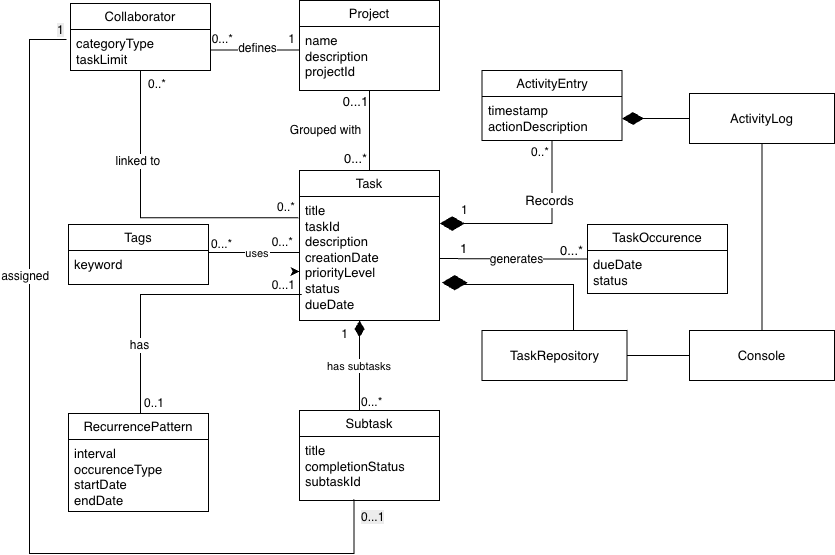
abdeljalilsennaoui/SOEN-342-W2026 keeps this draw.io diagram as docs/iteration4/UMLDomainModel.png. Above is the earlier version. Source tidied: cells renumbered, new cells last; positions are measured from the earlier drawing's top-left corner, leaving out a move shared by most shapes. The source it was exported from:
```xml
<mxGraphModel>
  <root>
    <mxCell id="0" />
    <mxCell id="1" parent="0" />
    <mxCell id="2" value="Project" style="swimlane;fontStyle=0;horizontal=1;startSize=26;fillColor=none;whiteSpace=wrap;html=1;fontSize=13;" parent="1" vertex="1">
      <mxGeometry x="270" width="140" height="90" as="geometry" />
    </mxCell>
    <mxCell id="3" value="name&lt;div&gt;description&lt;/div&gt;&lt;div&gt;&lt;span style=&quot;background-color: transparent; color: light-dark(rgb(0, 0, 0), rgb(255, 255, 255));&quot;&gt;projectId&lt;/span&gt;&lt;/div&gt;&lt;div&gt;&lt;p&gt;&lt;/p&gt;&lt;/div&gt;" style="text;strokeColor=none;fillColor=none;align=left;verticalAlign=top;spacingLeft=4;spacingRight=4;overflow=hidden;points=[[0,0.5],[1,0.5]];portConstraint=eastwest;whiteSpace=wrap;html=1;fontSize=13;" parent="2" vertex="1">
      <mxGeometry y="26" width="140" height="64" as="geometry" />
    </mxCell>
    <mxCell id="4" style="rounded=0;jettySize=auto;html=1;endArrow=none;endFill=0;verticalAlign=top;align=center;labelPosition=center;verticalLabelPosition=middle;fontSize=13;" parent="1" edge="1" source="8" target="3">
      <mxGeometry relative="1" as="geometry" />
    </mxCell>
    <mxCell id="5" value="0...*" style="edgeLabel;html=1;align=center;verticalAlign=middle;fontSize=13;" parent="4" vertex="1">
      <mxGeometry x="-0.67" y="-1" relative="1" as="geometry">
        <mxPoint x="-16" as="offset" />
      </mxGeometry>
    </mxCell>
    <mxCell id="6" value="0...1" style="edgeLabel;html=1;align=center;verticalAlign=middle;fontSize=13;" parent="4" vertex="1">
      <mxGeometry x="0.83" relative="1" as="geometry">
        <mxPoint x="-15" y="3" as="offset" />
      </mxGeometry>
    </mxCell>
    <mxCell id="7" value="Grouped with" style="edgeLabel;html=1;align=center;verticalAlign=middle;fontSize=12;" parent="4" vertex="1">
      <mxGeometry x="0.02" y="-1" relative="1" as="geometry">
        <mxPoint x="-46" as="offset" />
      </mxGeometry>
    </mxCell>
    <mxCell id="8" value="Task" style="swimlane;fontStyle=0;horizontal=1;startSize=26;fillColor=none;whiteSpace=wrap;html=1;fontSize=13;" parent="1" vertex="1">
      <mxGeometry x="270" y="170" width="140" height="150" as="geometry" />
    </mxCell>
    <mxCell id="9" value="title&lt;div&gt;&lt;span style=&quot;background-color: transparent; color: light-dark(rgb(0, 0, 0), rgb(255, 255, 255));&quot;&gt;taskId&lt;/span&gt;&lt;/div&gt;&lt;div&gt;&lt;span style=&quot;background-color: transparent; color: light-dark(rgb(0, 0, 0), rgb(255, 255, 255));&quot;&gt;description&lt;/span&gt;&lt;div&gt;&lt;div&gt;creationDate&lt;/div&gt;&lt;div&gt;priorityLevel&lt;/div&gt;&lt;div&gt;status&lt;/div&gt;&lt;div&gt;dueDate&lt;/div&gt;&lt;div&gt;&lt;br&gt;&lt;/div&gt;&lt;/div&gt;&lt;/div&gt;" style="text;strokeColor=none;fillColor=none;align=left;verticalAlign=top;spacingLeft=4;spacingRight=4;overflow=hidden;points=[[0,0.5],[1,0.5]];portConstraint=eastwest;whiteSpace=wrap;html=1;fontSize=13;" parent="8" vertex="1">
      <mxGeometry y="26" width="140" height="124" as="geometry" />
    </mxCell>
    <mxCell id="10" value="Subtask" style="swimlane;fontStyle=0;horizontal=1;startSize=26;fillColor=none;whiteSpace=wrap;html=1;fontSize=13;" parent="1" vertex="1">
      <mxGeometry x="270" y="410" width="140" height="90" as="geometry" />
    </mxCell>
    <mxCell id="11" value="title&lt;div&gt;completionStatus&lt;/div&gt;&lt;div&gt;subtaskId&lt;/div&gt;" style="text;strokeColor=none;fillColor=none;align=left;verticalAlign=top;spacingLeft=4;spacingRight=4;overflow=hidden;points=[[0,0.5],[1,0.5]];portConstraint=eastwest;whiteSpace=wrap;html=1;fontSize=13;" parent="10" vertex="1">
      <mxGeometry y="26" width="140" height="64" as="geometry" />
    </mxCell>
    <mxCell id="12" value="Tags" style="swimlane;fontStyle=0;horizontal=1;startSize=26;fillColor=none;whiteSpace=wrap;html=1;fontSize=13;" parent="1" vertex="1">
      <mxGeometry x="39" y="224" width="140" height="60" as="geometry" />
    </mxCell>
    <mxCell id="13" value="keyword" style="text;strokeColor=none;fillColor=none;align=left;verticalAlign=top;spacingLeft=4;spacingRight=4;overflow=hidden;points=[[0,0.5],[1,0.5]];portConstraint=eastwest;whiteSpace=wrap;html=1;fontSize=13;" parent="12" vertex="1">
      <mxGeometry y="26" width="140" height="34" as="geometry" />
    </mxCell>
    <mxCell id="14" style="edgeStyle=orthogonalEdgeStyle;rounded=0;jettySize=auto;html=1;endArrow=diamondThin;endFill=1;endSize=22;fontSize=13;entryX=1.002;entryY=0.218;entryDx=0;entryDy=0;entryPerimeter=0;" parent="1" edge="1" source="16" target="9">
      <mxGeometry relative="1" as="geometry">
        <Array as="points">
          <mxPoint x="522" y="223" />
        </Array>
      </mxGeometry>
    </mxCell>
    <mxCell id="15" value="Records" style="edgeLabel;html=1;align=center;verticalAlign=middle;fontSize=13;" parent="14" vertex="1">
      <mxGeometry x="-0.11" y="-1" relative="1" as="geometry">
        <mxPoint x="1" y="-23" as="offset" />
      </mxGeometry>
    </mxCell>
    <mxCell id="16" value="ActivityEntry" style="swimlane;fontStyle=0;horizontal=1;startSize=26;fillColor=none;whiteSpace=wrap;html=1;fontSize=13;" parent="1" vertex="1">
      <mxGeometry x="452.5" y="70" width="140" height="70" as="geometry" />
    </mxCell>
    <mxCell id="17" value="timestamp&lt;div&gt;actionDescription&lt;/div&gt;" style="text;strokeColor=none;fillColor=none;align=left;verticalAlign=top;spacingLeft=4;spacingRight=4;overflow=hidden;points=[[0,0.5],[1,0.5]];portConstraint=eastwest;whiteSpace=wrap;html=1;fontSize=13;" parent="16" vertex="1">
      <mxGeometry y="26" width="140" height="44" as="geometry" />
    </mxCell>
    <mxCell id="18" style="edgeStyle=none;rounded=0;jettySize=auto;html=1;entryX=1;entryY=0.5;entryDx=0;entryDy=0;endArrow=none;endFill=0;" parent="1" edge="1" source="19" target="21">
      <mxGeometry relative="1" as="geometry" />
    </mxCell>
    <mxCell id="19" value="&lt;font style=&quot;font-size: 13px;&quot;&gt;Console&lt;/font&gt;" style="html=1;whiteSpace=wrap;" parent="1" vertex="1">
      <mxGeometry x="660" y="330" width="145" height="50" as="geometry" />
    </mxCell>
    <mxCell id="20" style="edgeStyle=orthogonalEdgeStyle;rounded=0;jettySize=auto;html=1;entryX=1.016;entryY=0.695;entryDx=0;entryDy=0;endArrow=diamondThin;endFill=1;endSize=23;entryPerimeter=0;" parent="1" edge="1" target="9">
      <mxGeometry relative="1" as="geometry">
        <mxPoint x="544" y="331" as="sourcePoint" />
        <Array as="points">
          <mxPoint x="544" y="284" />
          <mxPoint x="429" y="284" />
          <mxPoint x="429" y="282" />
        </Array>
      </mxGeometry>
    </mxCell>
    <mxCell id="21" value="&lt;font style=&quot;font-size: 13px;&quot;&gt;TaskRepository&lt;/font&gt;" style="html=1;whiteSpace=wrap;" parent="1" vertex="1">
      <mxGeometry x="452.5" y="330" width="145" height="50" as="geometry" />
    </mxCell>
    <mxCell id="22" style="edgeStyle=none;rounded=0;jettySize=auto;html=1;entryX=1;entryY=0.5;entryDx=0;entryDy=0;endSize=19;endArrow=diamondThin;endFill=1;" parent="1" edge="1" source="24" target="17">
      <mxGeometry relative="1" as="geometry" />
    </mxCell>
    <mxCell id="23" style="edgeStyle=none;rounded=0;jettySize=auto;html=1;entryX=0.5;entryY=0;entryDx=0;entryDy=0;endArrow=none;endFill=0;" parent="1" edge="1" source="24" target="19">
      <mxGeometry relative="1" as="geometry" />
    </mxCell>
    <mxCell id="24" value="&lt;font style=&quot;font-size: 13px;&quot;&gt;ActivityLog&lt;/font&gt;" style="html=1;whiteSpace=wrap;" parent="1" vertex="1">
      <mxGeometry x="660" y="93" width="145" height="50" as="geometry" />
    </mxCell>
    <mxCell id="25" value="has subtasks" style="curved=1;startArrow=diamondThin;startSize=14;startFill=1;endArrow=none;rounded=0;exitX=0.429;exitY=1;exitDx=0;exitDy=0;exitPerimeter=0;" parent="1" edge="1" source="9">
      <mxGeometry relative="1" as="geometry">
        <mxPoint x="330" y="410" as="targetPoint" />
      </mxGeometry>
    </mxCell>
    <mxCell id="26" value="1" style="edgeLabel;labelBackgroundColor=none;fontSize=12;align=right;verticalAlign=top;" parent="25" vertex="1">
      <mxGeometry x="-1" relative="1" as="geometry">
        <mxPoint x="-10" as="offset" />
      </mxGeometry>
    </mxCell>
    <mxCell id="27" value="0...*" style="edgeLabel;labelBackgroundColor=none;fontSize=12;align=left;verticalAlign=bottom;" parent="25" vertex="1">
      <mxGeometry x="1" relative="1" as="geometry" />
    </mxCell>
    <mxCell id="28" value="uses" style="startArrow=none;endArrow=none;rounded=0;entryX=1.003;entryY=0.061;entryDx=0;entryDy=0;entryPerimeter=0;edgeStyle=orthogonalEdgeStyle;" parent="1" edge="1" target="13">
      <mxGeometry relative="1" as="geometry">
        <mxPoint x="270" y="258" as="sourcePoint" />
        <Array as="points">
          <mxPoint x="270" y="252" />
        </Array>
      </mxGeometry>
    </mxCell>
    <mxCell id="29" value="0...*" style="edgeLabel;labelBackgroundColor=none;fontSize=12;align=right;verticalAlign=top;" parent="28" vertex="1">
      <mxGeometry x="-1" relative="1" as="geometry">
        <mxPoint x="-5" y="-30" as="offset" />
      </mxGeometry>
    </mxCell>
    <mxCell id="30" value="0...*" style="edgeLabel;labelBackgroundColor=none;fontSize=12;align=left;verticalAlign=bottom;" parent="28" vertex="1">
      <mxGeometry x="1" relative="1" as="geometry" />
    </mxCell>
    <mxCell id="31" value="0..*" style="edgeLabel;labelBackgroundColor=none;fontSize=12;align=left;verticalAlign=bottom;" parent="1" vertex="1">
      <mxGeometry x="500" y="160" as="geometry" />
    </mxCell>
    <mxCell id="32" value="1" style="edgeLabel;labelBackgroundColor=none;fontSize=12;align=left;verticalAlign=bottom;" parent="1" vertex="1">
      <mxGeometry x="430" y="218" as="geometry" />
    </mxCell>
    <mxCell id="33" value="Collaborator" style="swimlane;fontStyle=0;horizontal=1;startSize=26;fillColor=none;whiteSpace=wrap;html=1;fontSize=13;" parent="1" vertex="1">
      <mxGeometry x="41" y="3" width="140" height="67" as="geometry" />
    </mxCell>
    <mxCell id="34" value="categoryType&lt;br&gt;&lt;div&gt;taskLimit&lt;/div&gt;&lt;div&gt;&lt;p&gt;&lt;/p&gt;&lt;/div&gt;" style="text;strokeColor=none;fillColor=none;align=left;verticalAlign=top;spacingLeft=4;spacingRight=4;overflow=hidden;points=[[0,0.5],[1,0.5]];portConstraint=eastwest;whiteSpace=wrap;html=1;fontSize=13;" parent="33" vertex="1">
      <mxGeometry y="26" width="140" height="41" as="geometry" />
    </mxCell>
    <mxCell id="35" style="edgeStyle=orthogonalEdgeStyle;rounded=0;jettySize=auto;html=1;entryX=0;entryY=0.5;entryDx=0;entryDy=0;endArrow=none;endFill=0;" parent="1" edge="1" source="34" target="3">
      <mxGeometry relative="1" as="geometry">
        <Array as="points">
          <mxPoint x="270" y="50" />
        </Array>
      </mxGeometry>
    </mxCell>
    <mxCell id="36" value="defines" style="edgeLabel;html=1;align=center;verticalAlign=middle;fontSize=12;" parent="35" vertex="1">
      <mxGeometry x="-0.06" y="2" relative="1" as="geometry" />
    </mxCell>
    <mxCell id="37" style="edgeStyle=orthogonalEdgeStyle;rounded=0;jettySize=auto;html=1;entryX=-0.007;entryY=0.171;entryDx=0;entryDy=0;entryPerimeter=0;endArrow=none;endFill=0;" parent="1" edge="1" source="33" target="9">
      <mxGeometry relative="1" as="geometry" />
    </mxCell>
    <mxCell id="38" value="linked to&amp;nbsp;" style="edgeLabel;html=1;align=center;verticalAlign=middle;fontSize=12;" parent="37" vertex="1">
      <mxGeometry x="-0.41" y="-2" relative="1" as="geometry" />
    </mxCell>
    <mxCell id="39" value="0...*" style="edgeLabel;labelBackgroundColor=none;fontSize=12;align=right;verticalAlign=top;" parent="1" vertex="1">
      <mxGeometry x="205" y="25" as="geometry" />
    </mxCell>
    <mxCell id="40" value="1" style="edgeLabel;labelBackgroundColor=none;fontSize=12;align=right;verticalAlign=top;" parent="1" vertex="1">
      <mxGeometry x="267" y="25" as="geometry" />
    </mxCell>
    <mxCell id="41" value="0..*" style="edgeLabel;labelBackgroundColor=none;fontSize=12;align=right;verticalAlign=top;" parent="1" vertex="1">
      <mxGeometry x="267" y="193" as="geometry" />
    </mxCell>
    <mxCell id="42" value="0..*" style="edgeLabel;labelBackgroundColor=none;fontSize=12;align=right;verticalAlign=top;" parent="1" vertex="1">
      <mxGeometry x="138" y="70" as="geometry" />
    </mxCell>
    <mxCell id="43" value="RecurrencePattern" style="swimlane;fontStyle=0;horizontal=1;startSize=26;fillColor=none;whiteSpace=wrap;html=1;fontSize=13;" parent="1" vertex="1">
      <mxGeometry x="39" y="413" width="140" height="98" as="geometry" />
    </mxCell>
    <mxCell id="44" value="interval&lt;div&gt;occurenceType&lt;br&gt;&lt;div&gt;startDate&lt;/div&gt;&lt;div&gt;endDate&lt;/div&gt;&lt;div&gt;&lt;br&gt;&lt;/div&gt;&lt;/div&gt;" style="text;strokeColor=none;fillColor=none;align=left;verticalAlign=top;spacingLeft=4;spacingRight=4;overflow=hidden;whiteSpace=wrap;html=1;fontSize=13;" parent="43" vertex="1">
      <mxGeometry y="26" width="140" height="72" as="geometry" />
    </mxCell>
    <mxCell id="45" style="edgeStyle=orthogonalEdgeStyle;rounded=0;jettySize=auto;html=1;entryX=0.016;entryY=0.79;entryDx=0;entryDy=0;entryPerimeter=0;endArrow=none;endFill=0;" parent="1" edge="1" source="43" target="9">
      <mxGeometry relative="1" as="geometry">
        <Array as="points">
          <mxPoint x="111" y="294" />
        </Array>
      </mxGeometry>
    </mxCell>
    <mxCell id="46" value="has" style="edgeLabel;html=1;align=center;verticalAlign=middle;fontSize=12;" parent="45" vertex="1">
      <mxGeometry x="-0.51" y="2" relative="1" as="geometry" />
    </mxCell>
    <mxCell id="47" style="edgeStyle=orthogonalEdgeStyle;rounded=0;jettySize=auto;html=1;" parent="1" edge="1" source="48" target="9">
      <mxGeometry relative="1" as="geometry" />
    </mxCell>
    <mxCell id="48" value="0...1" style="edgeLabel;labelBackgroundColor=none;fontSize=12;align=right;verticalAlign=top;" parent="1" vertex="1">
      <mxGeometry x="267" y="271" as="geometry" />
    </mxCell>
    <mxCell id="49" value="0..1" style="edgeLabel;labelBackgroundColor=none;fontSize=12;align=right;verticalAlign=top;" parent="1" vertex="1">
      <mxGeometry x="147" y="390" as="geometry">
        <mxPoint x="-11" y="-1" as="offset" />
      </mxGeometry>
    </mxCell>
    <mxCell id="50" style="edgeStyle=orthogonalEdgeStyle;rounded=0;jettySize=auto;html=1;entryX=1;entryY=0.5;entryDx=0;entryDy=0;endArrow=none;endFill=0;" parent="1" edge="1" source="52" target="9">
      <mxGeometry relative="1" as="geometry" />
    </mxCell>
    <mxCell id="51" value="generates" style="edgeLabel;html=1;align=center;verticalAlign=middle;fontSize=12;" parent="50" vertex="1">
      <mxGeometry x="-0.03" relative="1" as="geometry" />
    </mxCell>
    <mxCell id="52" value="TaskOccurence" style="swimlane;fontStyle=0;horizontal=1;startSize=26;fillColor=none;whiteSpace=wrap;html=1;fontSize=13;" parent="1" vertex="1">
      <mxGeometry x="558" y="224" width="140" height="69" as="geometry" />
    </mxCell>
    <mxCell id="53" value="dueDate&lt;div&gt;status&lt;/div&gt;" style="text;strokeColor=none;fillColor=none;align=left;verticalAlign=top;spacingLeft=4;spacingRight=4;overflow=hidden;whiteSpace=wrap;html=1;fontSize=13;" parent="52" vertex="1">
      <mxGeometry y="26" width="140" height="43" as="geometry" />
    </mxCell>
    <mxCell id="54" value="1" style="edgeLabel;html=1;align=center;verticalAlign=middle;fontSize=13;" parent="1" vertex="1">
      <mxGeometry x="419" y="251" as="geometry">
        <mxPoint x="14" y="-4" as="offset" />
      </mxGeometry>
    </mxCell>
    <mxCell id="55" value="0...*" style="edgeLabel;html=1;align=center;verticalAlign=middle;fontSize=13;" parent="1" vertex="1">
      <mxGeometry x="476" y="206" as="geometry">
        <mxPoint x="65" y="43" as="offset" />
      </mxGeometry>
    </mxCell>
    <mxCell id="56" style="edgeStyle=orthogonalEdgeStyle;rounded=0;jettySize=auto;html=1;endArrow=none;endFill=0;entryX=0.389;entryY=0.982;entryDx=0;entryDy=0;entryPerimeter=0;" parent="1" edge="1" target="11">
      <mxGeometry relative="1" as="geometry">
        <mxPoint x="37" y="39" as="sourcePoint" />
        <Array as="points">
          <mxPoint y="39" />
          <mxPoint y="553" />
          <mxPoint x="324" y="553" />
        </Array>
      </mxGeometry>
    </mxCell>
    <mxCell id="57" value="assigned&amp;nbsp;&amp;nbsp;" style="edgeLabel;html=1;align=center;verticalAlign=middle;fontSize=12;" parent="56" vertex="1">
      <mxGeometry x="-0.41" y="-2" relative="1" as="geometry" />
    </mxCell>
    <mxCell id="58" value="&lt;span style=&quot;color: rgb(0, 0, 0); font-family: Helvetica; font-size: 12px; font-style: normal; font-variant-ligatures: normal; font-variant-caps: normal; font-weight: 400; letter-spacing: normal; orphans: 2; text-align: right; text-indent: 0px; text-transform: none; widows: 2; word-spacing: 0px; -webkit-text-stroke-width: 0px; white-space: nowrap; background-color: rgb(236, 236, 236); text-decoration-thickness: initial; text-decoration-style: initial; text-decoration-color: initial; display: inline !important; float: none;&quot;&gt;0...1&lt;/span&gt;" style="text;whiteSpace=wrap;html=1;" parent="1" vertex="1">
      <mxGeometry x="330" y="503" width="51" height="36" as="geometry" />
    </mxCell>
    <mxCell id="59" value="&lt;span style=&quot;color: rgb(0, 0, 0); font-family: Helvetica; font-size: 12px; font-style: normal; font-variant-ligatures: normal; font-variant-caps: normal; font-weight: 400; letter-spacing: normal; orphans: 2; text-align: right; text-indent: 0px; text-transform: none; widows: 2; word-spacing: 0px; -webkit-text-stroke-width: 0px; white-space: nowrap; background-color: rgb(236, 236, 236); text-decoration-thickness: initial; text-decoration-style: initial; text-decoration-color: initial; display: inline !important; float: none;&quot;&gt;1&lt;/span&gt;" style="text;whiteSpace=wrap;html=1;" parent="1" vertex="1">
      <mxGeometry x="26" y="16" width="35" height="36" as="geometry" />
    </mxCell>
  </root>
</mxGraphModel>
```
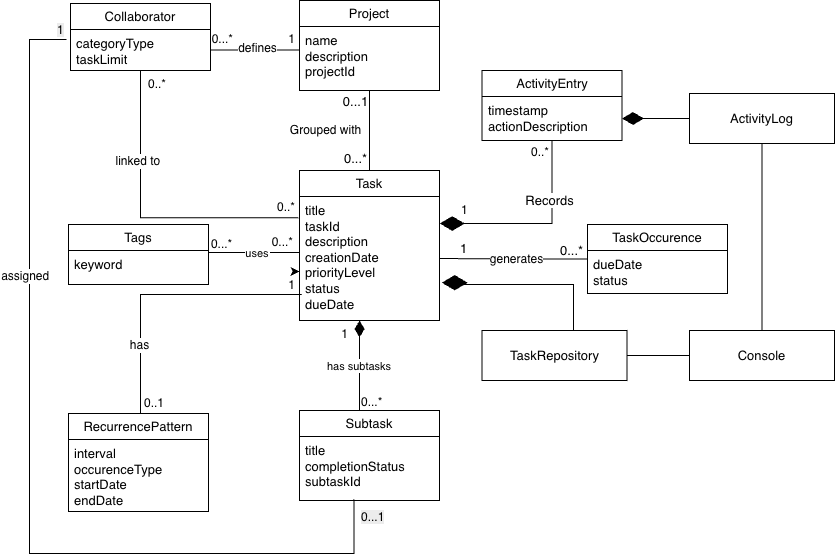
After the change.

Commit message:
Fixed the Domain Model

Diff of the diagram source:
```diff
@@ -178,7 +178,7 @@
     <mxCell id="47" style="edgeStyle=orthogonalEdgeStyle;rounded=0;jettySize=auto;html=1;" parent="1" edge="1" source="48" target="9">
       <mxGeometry relative="1" as="geometry" />
     </mxCell>
-    <mxCell id="48" value="0...1" style="edgeLabel;labelBackgroundColor=none;fontSize=12;align=right;verticalAlign=top;" parent="1" vertex="1">
+    <mxCell id="48" value="1" style="edgeLabel;labelBackgroundColor=none;fontSize=12;align=right;verticalAlign=top;" parent="1" vertex="1">
       <mxGeometry x="267" y="271" as="geometry" />
     </mxCell>
     <mxCell id="49" value="0..1" style="edgeLabel;labelBackgroundColor=none;fontSize=12;align=right;verticalAlign=top;" parent="1" vertex="1">
```
